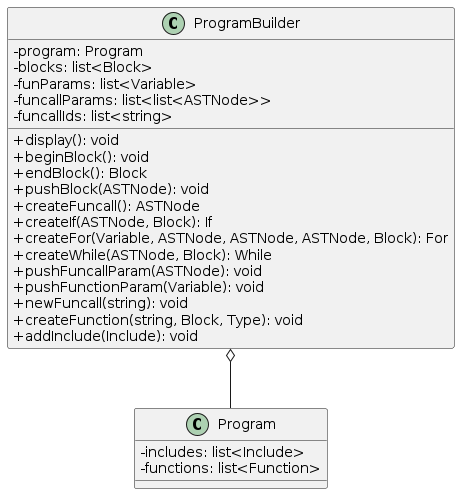
The PlantUML diagram ressources/diagrams/program-builder.png in drfailer/projet-zz2, before a commit. The source it was exported from:
```plantuml
@startuml
skinparam classAttributeIconSize 0
skinparam groupInheritance 3
class Program {
  -includes: list<Include>
  -functions: list<Function>
}

ProgramBuilder o-- Program
class ProgramBuilder {
  -program: Program
  -blocks: list<Block>
  -funParams: list<Variable>
  -funcallParams: list<list<ASTNode>>
  -funcallIds: list<string>
  +display(): void
  +beginBlock(): void
  +endBlock(): Block
  +pushBlock(ASTNode): void
  +createFuncall(): ASTNode
  +createIf(ASTNode, Block): If
  +createFor(Variable, ASTNode, ASTNode, ASTNode, Block): For
  +createWhile(ASTNode, Block): While
  +pushFuncallParam(ASTNode): void
  +pushFunctionParam(Variable): void
  +newFuncall(string): void
  +createFunction(string, Block, Type): void
  +addInclude(Include): void
}
@enduml
```
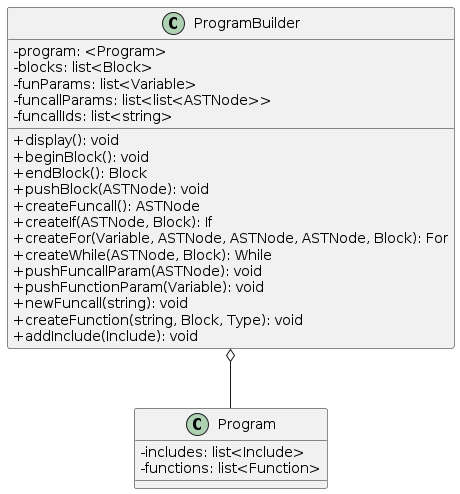
The same file after the commit.

Commit message:
more diagrams + fix some figures + PB + start symtable

The edit, as a diff of the source:
```diff
@@ -8,7 +8,7 @@
 
 ProgramBuilder o-- Program
 class ProgramBuilder {
-  -program: Program
+  -program: <Program>
   -blocks: list<Block>
   -funParams: list<Variable>
   -funcallParams: list<list<ASTNode>>
```
